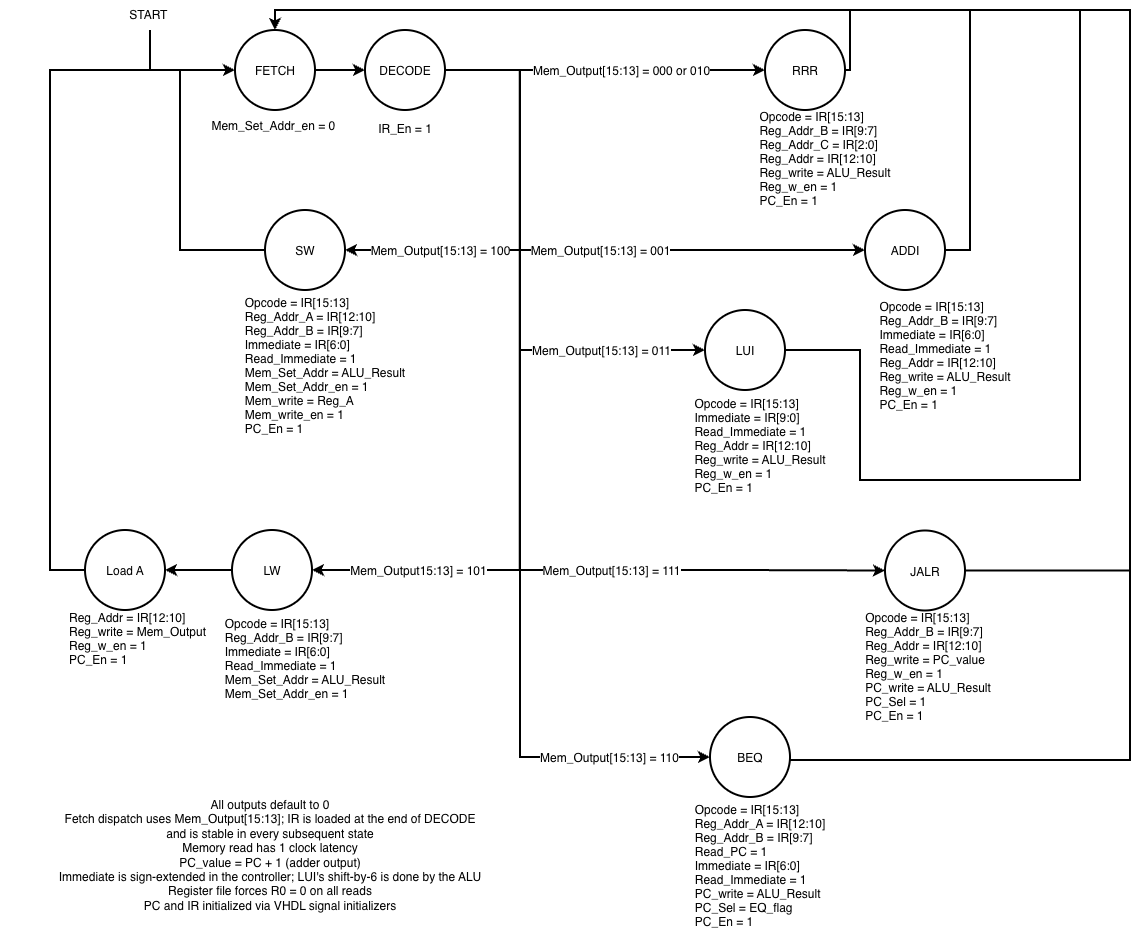
Above: docs/diagrams/Controller_FSM.png in adityab7106/RiSC-16 (draw.io), before the change. Source tidied: cells renumbered, new cells last; positions are measured from the earlier drawing's top-left corner, leaving out a move shared by most shapes.
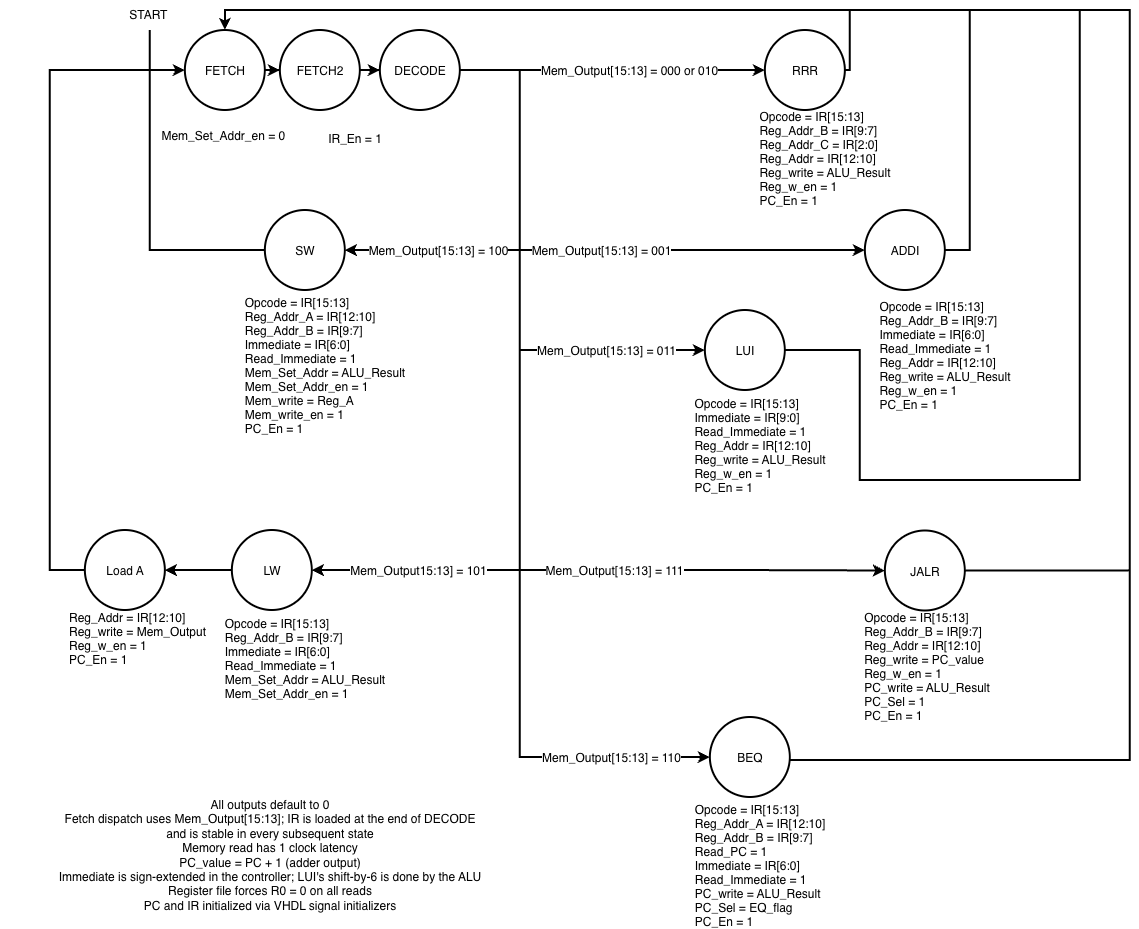
After the commit.

The edit, as a diff of the source:
```diff
@@ -2,24 +2,6 @@
   <root>
     <mxCell id="0" />
     <mxCell id="1" parent="0" />
-    <mxCell id="2" style="group;strokeWidth=2;" parent="1" vertex="1">
-      <mxGeometry x="150" y="30" width="380" height="154.5" as="geometry" />
-    </mxCell>
-    <mxCell id="3" style="edgeStyle=orthogonalEdgeStyle;rounded=0;jettySize=auto;html=1;entryX=0;entryY=0.5;entryDx=0;entryDy=0;fontFamily=Helvetica;fontSize=12;fontColor=default;strokeWidth=2;" parent="2" edge="1" source="4" target="6">
-      <mxGeometry relative="1" as="geometry" />
-    </mxCell>
-    <mxCell id="4" value="FETCH" style="ellipse;whiteSpace=wrap;html=1;shapeInside=1;strokeWidth=2;" parent="2" vertex="1">
-      <mxGeometry x="85" width="80" height="80" as="geometry" />
-    </mxCell>
-    <mxCell id="5" value="&lt;p class=&quot;p1&quot; style=&quot;margin: 0px; font-style: normal; font-variant: normal; font-size-adjust: none; font-language-override: normal; font-kerning: auto; font-optical-sizing: auto; font-feature-settings: normal; font-variation-settings: normal; font-stretch: normal; font-size: 12px; line-height: normal; font-family: Helvetica; text-align: start;&quot;&gt;Mem_Set_Addr_en = 0&amp;nbsp;&lt;/p&gt;" style="text;html=1;whiteSpace=wrap;strokeColor=none;fillColor=none;align=center;verticalAlign=middle;rounded=0;" parent="2" vertex="1">
-      <mxGeometry y="80" width="250" height="30" as="geometry" />
-    </mxCell>
-    <mxCell id="6" value="DECODE" style="ellipse;whiteSpace=wrap;html=1;shapeInside=1;strokeWidth=2;" parent="2" vertex="1">
-      <mxGeometry x="215" width="80" height="80" as="geometry" />
-    </mxCell>
-    <mxCell id="7" value="&lt;p class=&quot;p1&quot; style=&quot;margin: 0px; font-style: normal; font-variant: normal; font-size-adjust: none; font-language-override: normal; font-kerning: auto; font-optical-sizing: auto; font-feature-settings: normal; font-variation-settings: normal; font-stretch: normal; font-size: 12px; line-height: normal; font-family: Helvetica; text-align: start;&quot;&gt;IR_En = 1&lt;/p&gt;" style="text;html=1;whiteSpace=wrap;strokeColor=none;fillColor=none;align=center;verticalAlign=middle;rounded=0;" parent="2" vertex="1">
-      <mxGeometry x="130" y="83" width="250" height="30" as="geometry" />
-    </mxCell>
     <mxCell id="8" style="group;strokeWidth=2;" parent="1" vertex="1">
       <mxGeometry x="680" y="30" width="250" height="113" as="geometry" />
     </mxCell>
@@ -164,7 +146,7 @@
         <Array as="points">
           <mxPoint x="850" y="70" />
           <mxPoint x="850" y="10" />
-          <mxPoint x="275" y="10" />
+          <mxPoint x="225" y="10" />
         </Array>
       </mxGeometry>
     </mxCell>
@@ -173,7 +155,7 @@
         <Array as="points">
           <mxPoint x="970" y="250" />
           <mxPoint x="970" y="10" />
-          <mxPoint x="275" y="10" />
+          <mxPoint x="225" y="10" />
         </Array>
       </mxGeometry>
     </mxCell>
@@ -184,7 +166,7 @@
           <mxPoint x="860" y="480" />
           <mxPoint x="1080" y="480" />
           <mxPoint x="1080" y="10" />
-          <mxPoint x="275" y="10" />
+          <mxPoint x="225" y="10" />
         </Array>
       </mxGeometry>
     </mxCell>
@@ -200,8 +182,8 @@
     <mxCell id="45" style="edgeStyle=orthogonalEdgeStyle;rounded=0;jettySize=auto;html=1;fontFamily=Helvetica;fontSize=12;fontColor=default;strokeWidth=2;entryX=0;entryY=0.5;entryDx=0;entryDy=0;" parent="1" edge="1" source="43" target="4">
       <mxGeometry relative="1" as="geometry">
         <Array as="points">
-          <mxPoint x="180" y="250" />
-          <mxPoint x="180" y="70" />
+          <mxPoint x="150" y="250" />
+          <mxPoint x="150" y="70" />
         </Array>
       </mxGeometry>
     </mxCell>
@@ -219,7 +201,7 @@
         <Array as="points">
           <mxPoint x="1130" y="760" />
           <mxPoint x="1130" y="10" />
-          <mxPoint x="275" y="10" />
+          <mxPoint x="225" y="10" />
         </Array>
       </mxGeometry>
     </mxCell>
@@ -255,7 +237,7 @@
         <Array as="points">
           <mxPoint x="1130" y="570.5" />
           <mxPoint x="1130" y="10" />
-          <mxPoint x="275" y="10" />
+          <mxPoint x="225" y="10" />
         </Array>
       </mxGeometry>
     </mxCell>
@@ -272,5 +254,26 @@
     <mxCell id="57" value="START&amp;nbsp;" style="text;html=1;whiteSpace=wrap;strokeColor=none;fillColor=none;align=center;verticalAlign=middle;rounded=0;" parent="1" vertex="1">
       <mxGeometry x="120" width="60" height="30" as="geometry" />
     </mxCell>
+    <mxCell id="58" style="edgeStyle=orthogonalEdgeStyle;rounded=0;jettySize=auto;html=1;entryX=0;entryY=0.5;entryDx=0;entryDy=0;fontFamily=Helvetica;fontSize=12;fontColor=default;strokeWidth=2;" parent="1" edge="1" source="4" target="60">
+      <mxGeometry relative="1" as="geometry" />
+    </mxCell>
+    <mxCell id="4" value="FETCH" style="ellipse;whiteSpace=wrap;html=1;shapeInside=1;strokeWidth=2;" parent="1" vertex="1">
+      <mxGeometry x="185" y="30" width="80" height="80" as="geometry" />
+    </mxCell>
+    <mxCell id="5" value="&lt;p class=&quot;p1&quot; style=&quot;margin: 0px; font-style: normal; font-variant: normal; font-size-adjust: none; font-language-override: normal; font-kerning: auto; font-optical-sizing: auto; font-feature-settings: normal; font-variation-settings: normal; font-stretch: normal; font-size: 12px; line-height: normal; font-family: Helvetica; text-align: start;&quot;&gt;Mem_Set_Addr_en = 0&amp;nbsp;&lt;/p&gt;" style="text;html=1;whiteSpace=wrap;strokeColor=none;fillColor=none;align=center;verticalAlign=middle;rounded=0;" parent="1" vertex="1">
+      <mxGeometry x="100" y="120" width="250" height="30" as="geometry" />
+    </mxCell>
+    <mxCell id="6" value="DECODE" style="ellipse;whiteSpace=wrap;html=1;shapeInside=1;strokeWidth=2;" parent="1" vertex="1">
+      <mxGeometry x="380" y="30" width="80" height="80" as="geometry" />
+    </mxCell>
+    <mxCell id="7" value="&lt;p class=&quot;p1&quot; style=&quot;margin: 0px; font-style: normal; font-variant: normal; font-size-adjust: none; font-language-override: normal; font-kerning: auto; font-optical-sizing: auto; font-feature-settings: normal; font-variation-settings: normal; font-stretch: normal; font-size: 12px; line-height: normal; font-family: Helvetica; text-align: start;&quot;&gt;IR_En = 1&lt;/p&gt;" style="text;html=1;whiteSpace=wrap;strokeColor=none;fillColor=none;align=center;verticalAlign=middle;rounded=0;" parent="1" vertex="1">
+      <mxGeometry x="230" y="123" width="250" height="30" as="geometry" />
+    </mxCell>
+    <mxCell id="59" style="edgeStyle=orthogonalEdgeStyle;rounded=0;jettySize=auto;html=1;entryX=0;entryY=0.5;entryDx=0;entryDy=0;fontFamily=Helvetica;fontSize=12;fontColor=default;strokeWidth=2;" parent="1" edge="1" source="60" target="6">
+      <mxGeometry relative="1" as="geometry" />
+    </mxCell>
+    <mxCell id="60" value="FETCH2" style="ellipse;whiteSpace=wrap;html=1;shapeInside=1;strokeWidth=2;" parent="1" vertex="1">
+      <mxGeometry x="280" y="30" width="80" height="80" as="geometry" />
+    </mxCell>
   </root>
 </mxGraphModel>
```
